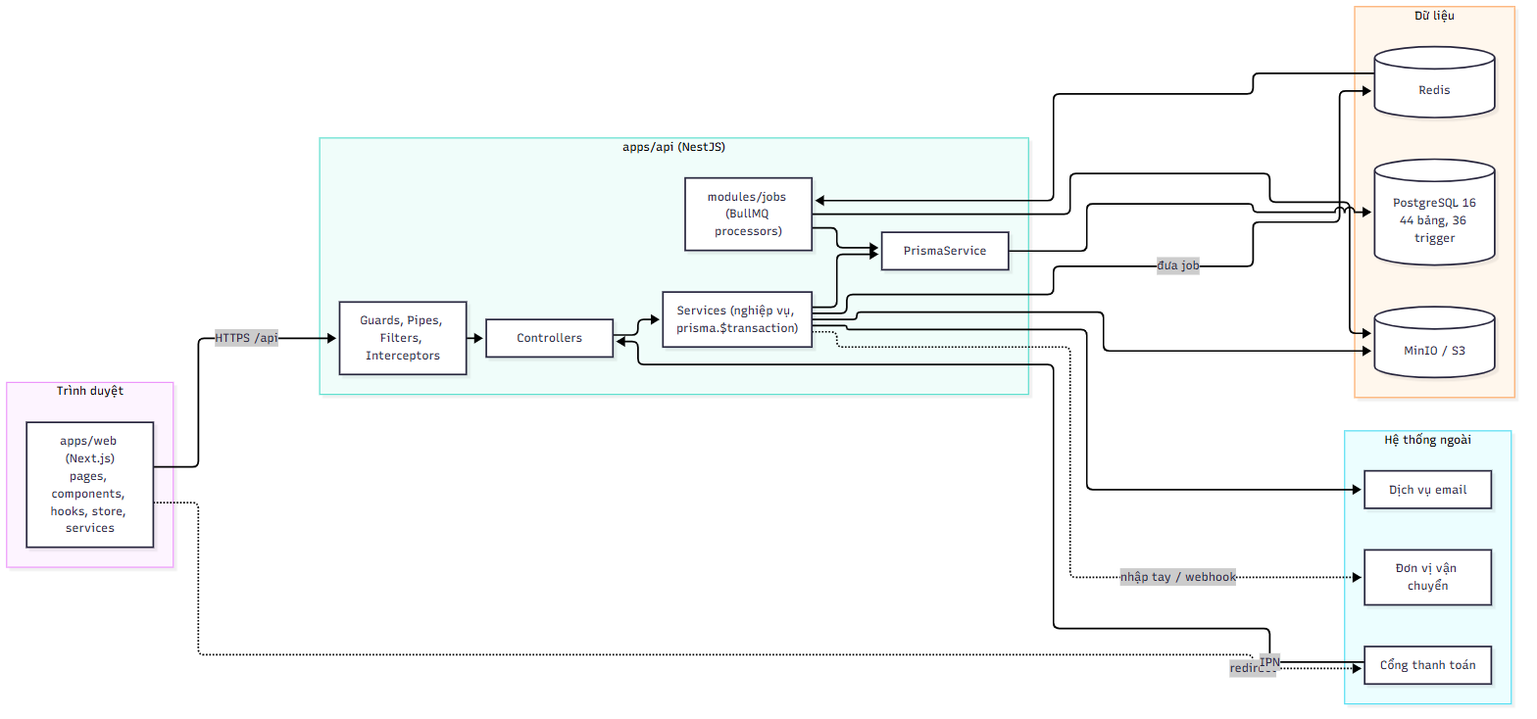
2431540234-arch/XDUDTMDT keeps this Mermaid diagram as docs/diagrams/png/architecture_kien-truc-he-thong.png. Above is the earlier version. Its source is kept beside it as docs/diagrams/src/architecture_kien-truc-he-thong.mmd.
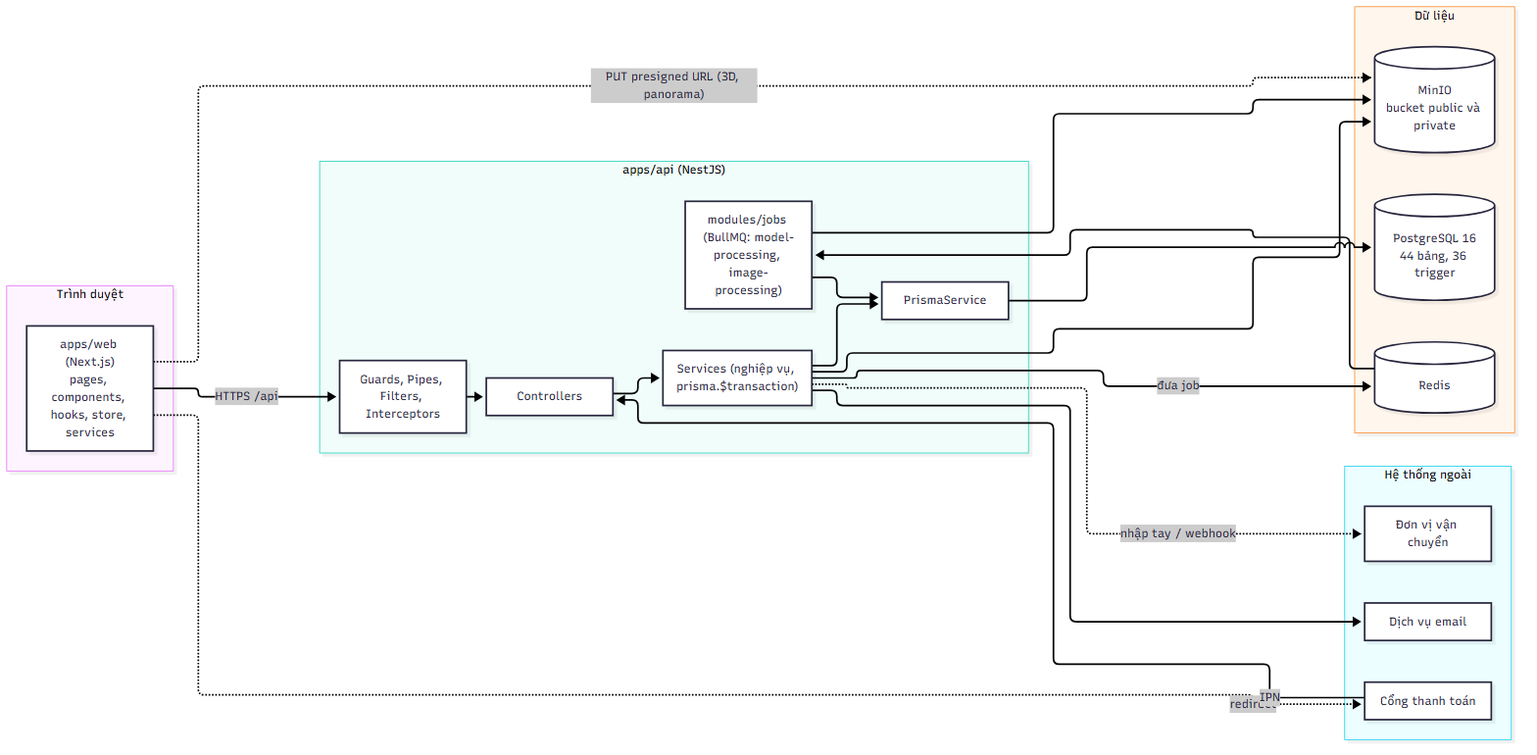
After the change.

Diff of the diagram source:
```diff
@@ -7,12 +7,12 @@
         CTRL["Controllers"]
         SVC["Services (nghiệp vụ, prisma.$transaction)"]
         PRISMA["PrismaService"]
-        JOBS["modules/jobs (BullMQ processors)"]
+        JOBS["modules/jobs (BullMQ: model-processing, image-processing)"]
     end
     subgraph DATA["Dữ liệu"]
         PG[("PostgreSQL 16<br>44 bảng, 36 trigger")]
         RD[("Redis")]
-        S3[("MinIO / S3")]
+        S3[("MinIO<br>bucket public và private")]
     end
     subgraph EXT["Hệ thống ngoài"]
         GW["Cổng thanh toán"]
@@ -25,6 +25,7 @@
     JOBS --> S3
     JOBS --> PRISMA
     SVC --> S3
+    WEB -. "PUT presigned URL (3D, panorama)" .-> S3
     SVC --> SMTP
     WEB -. "redirect" .-> GW
     GW -- "IPN" --> CTRL
```
